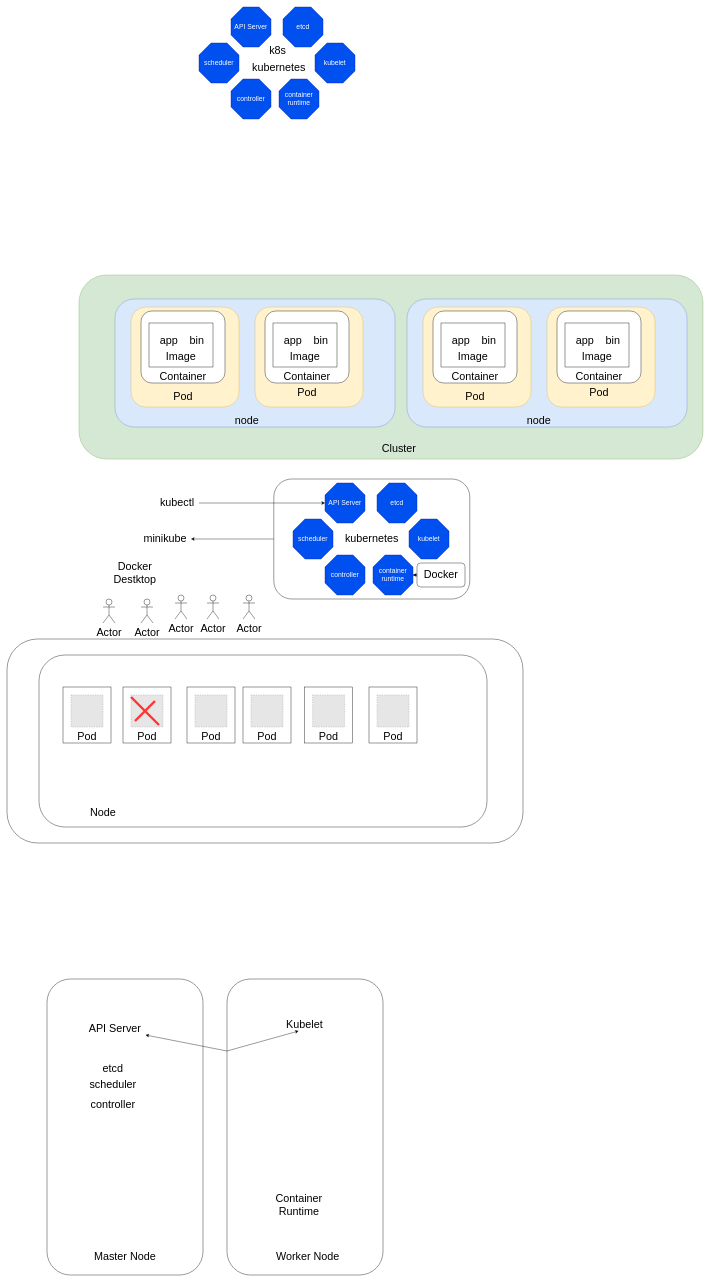
Above: Documents/kubernetesArch.drawio in ibrahimediz/KubernetesEgitim_2706_0107 (draw.io), before the change. Source tidied: cells renumbered, new cells numbered last; positions are measured from the earlier drawing's top-left corner, leaving out a move shared by most shapes. Both pictures are drawn from the tidied source at 40%, with x=0, y=0 at pixel (7, 7). Pictures stored in the file or linked from it are replaced by grey dashed boxes.
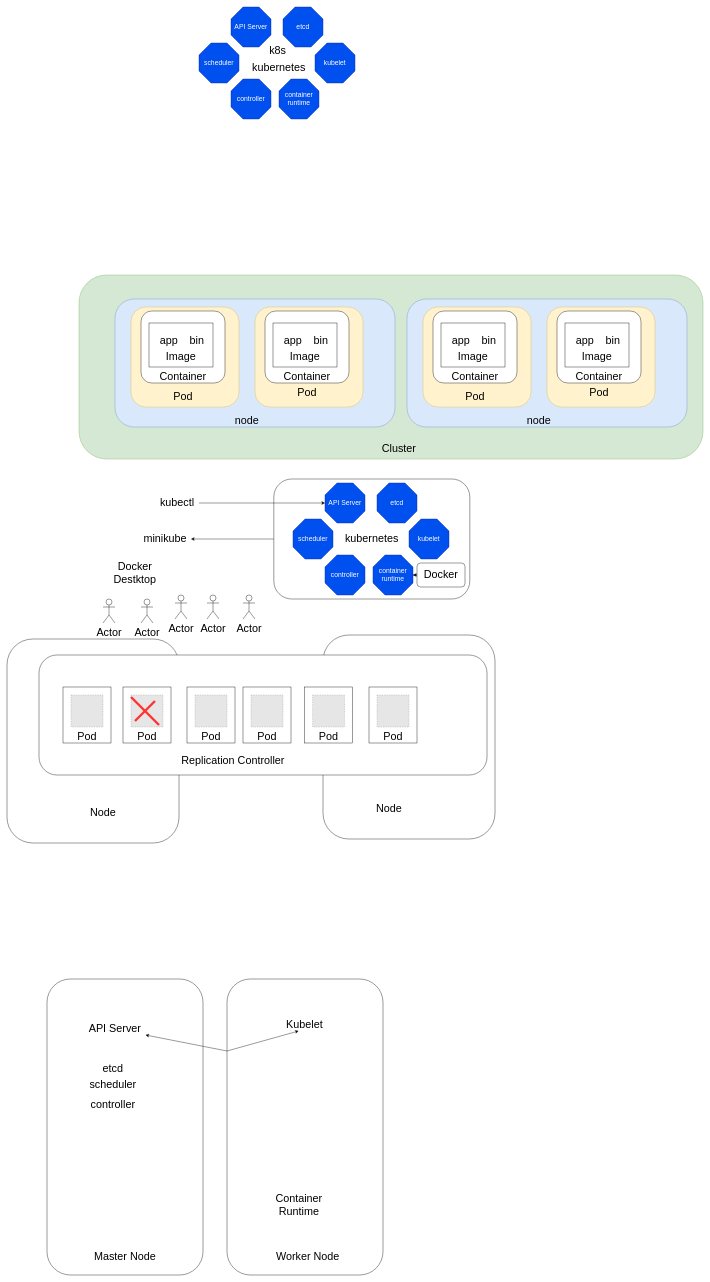
Above is the later version.

Change to the diagram source:
```diff
@@
+    <mxCell id="109" style="rounded=1;whiteSpace=wrap;html=1;fontSize=27;" parent="1" vertex="1">
+      <mxGeometry x="790" y="1570" width="430" height="510" as="geometry" />
+    </mxCell>
+    <mxCell id="110" value="Node" style="text;html=1;strokeColor=none;fillColor=none;align=center;verticalAlign=middle;whiteSpace=wrap;rounded=0;fontSize=27;" parent="1" vertex="1">
+      <mxGeometry x="925" y="1990" width="60" height="30" as="geometry" />
+    </mxCell>
     <mxCell id="2" style="rounded=1;whiteSpace=wrap;html=1;fontSize=27;" parent="1" vertex="1">
-      <mxGeometry y="1580" width="1290" height="510" as="geometry" />
+      <mxGeometry y="1580" width="430" height="510" as="geometry" />
     </mxCell>
@@
     <mxCell id="65" style="rounded=1;whiteSpace=wrap;html=1;fontSize=27;" parent="1" vertex="1">
-      <mxGeometry x="80" y="1620" width="1120" height="430" as="geometry" />
+      <mxGeometry x="80" y="1620" width="1120" height="300" as="geometry" />
     </mxCell>
@@
+    <mxCell id="111" value="Replication Controller" style="text;html=1;strokeColor=none;fillColor=none;align=center;verticalAlign=middle;whiteSpace=wrap;rounded=0;fontSize=27;" parent="1" vertex="1">
+      <mxGeometry x="400" y="1870" width="330" height="30" as="geometry" />
+    </mxCell>
```
